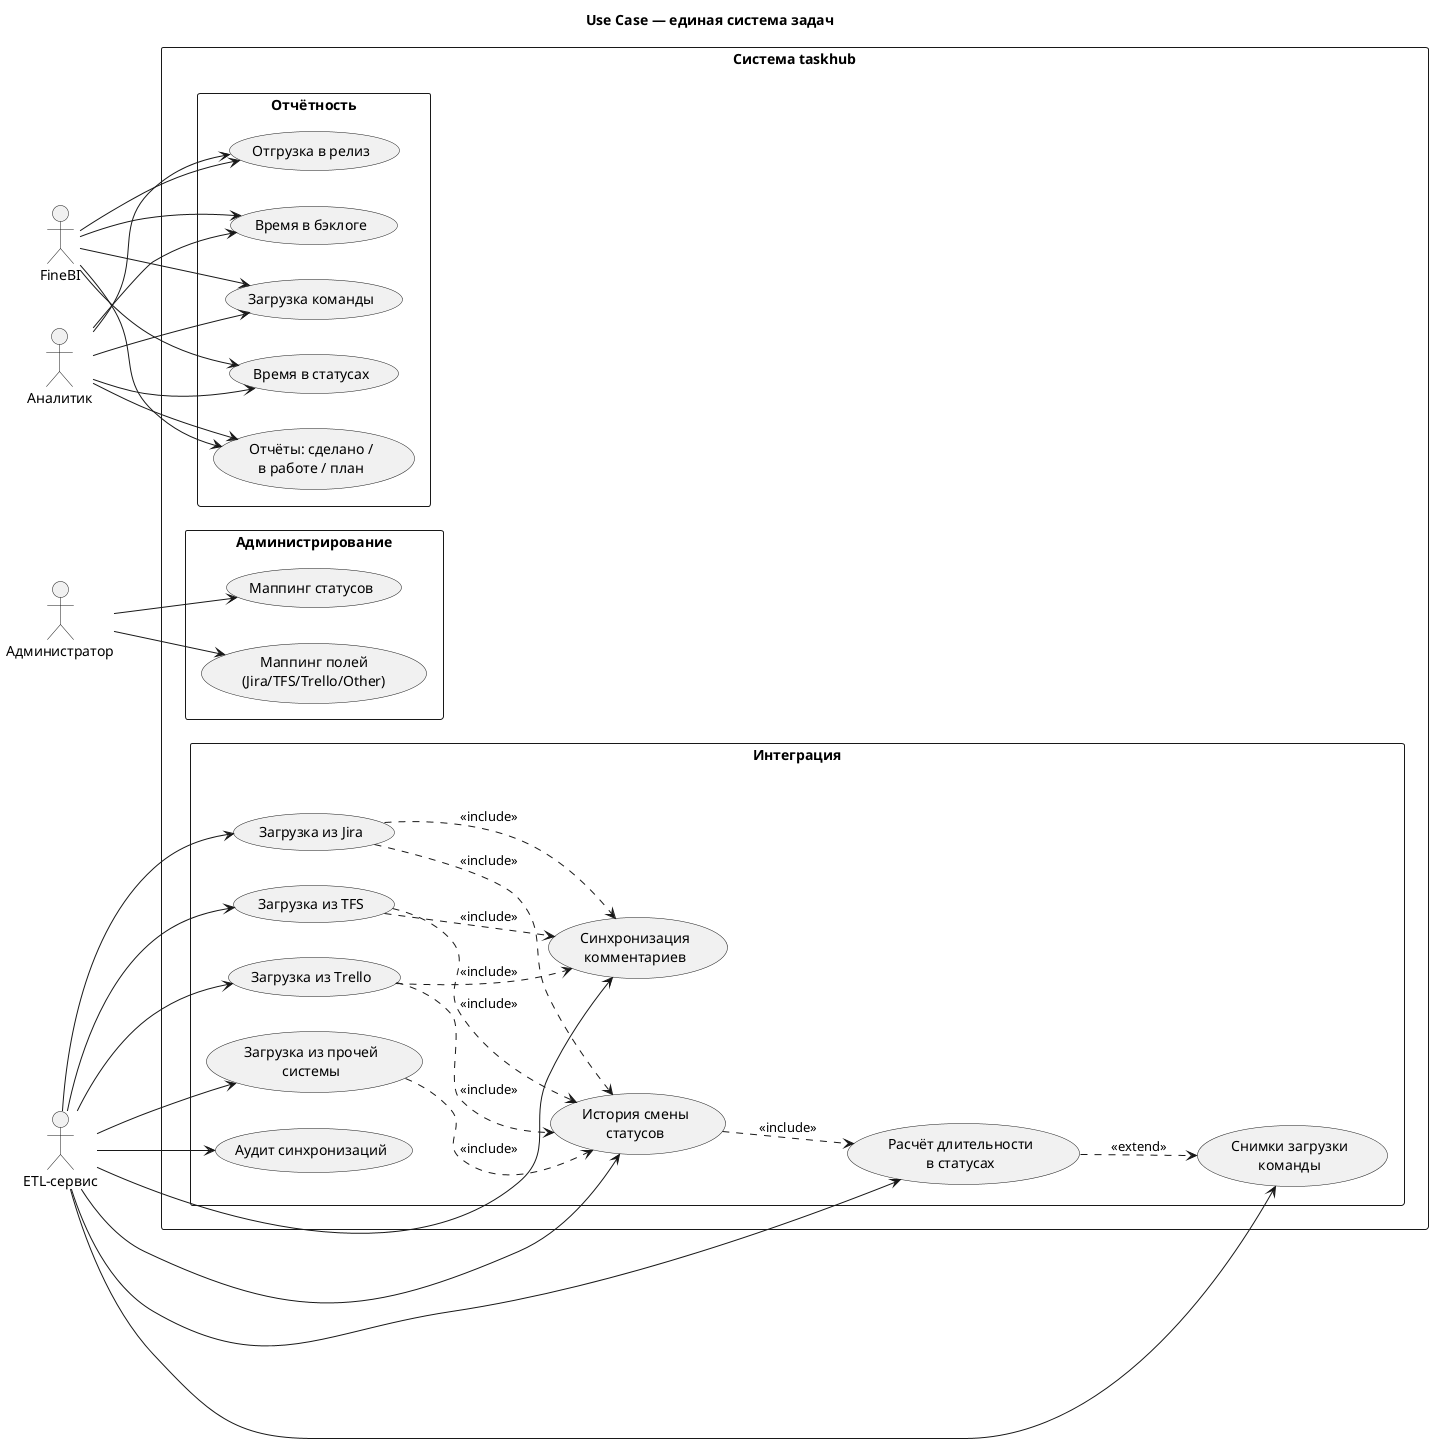
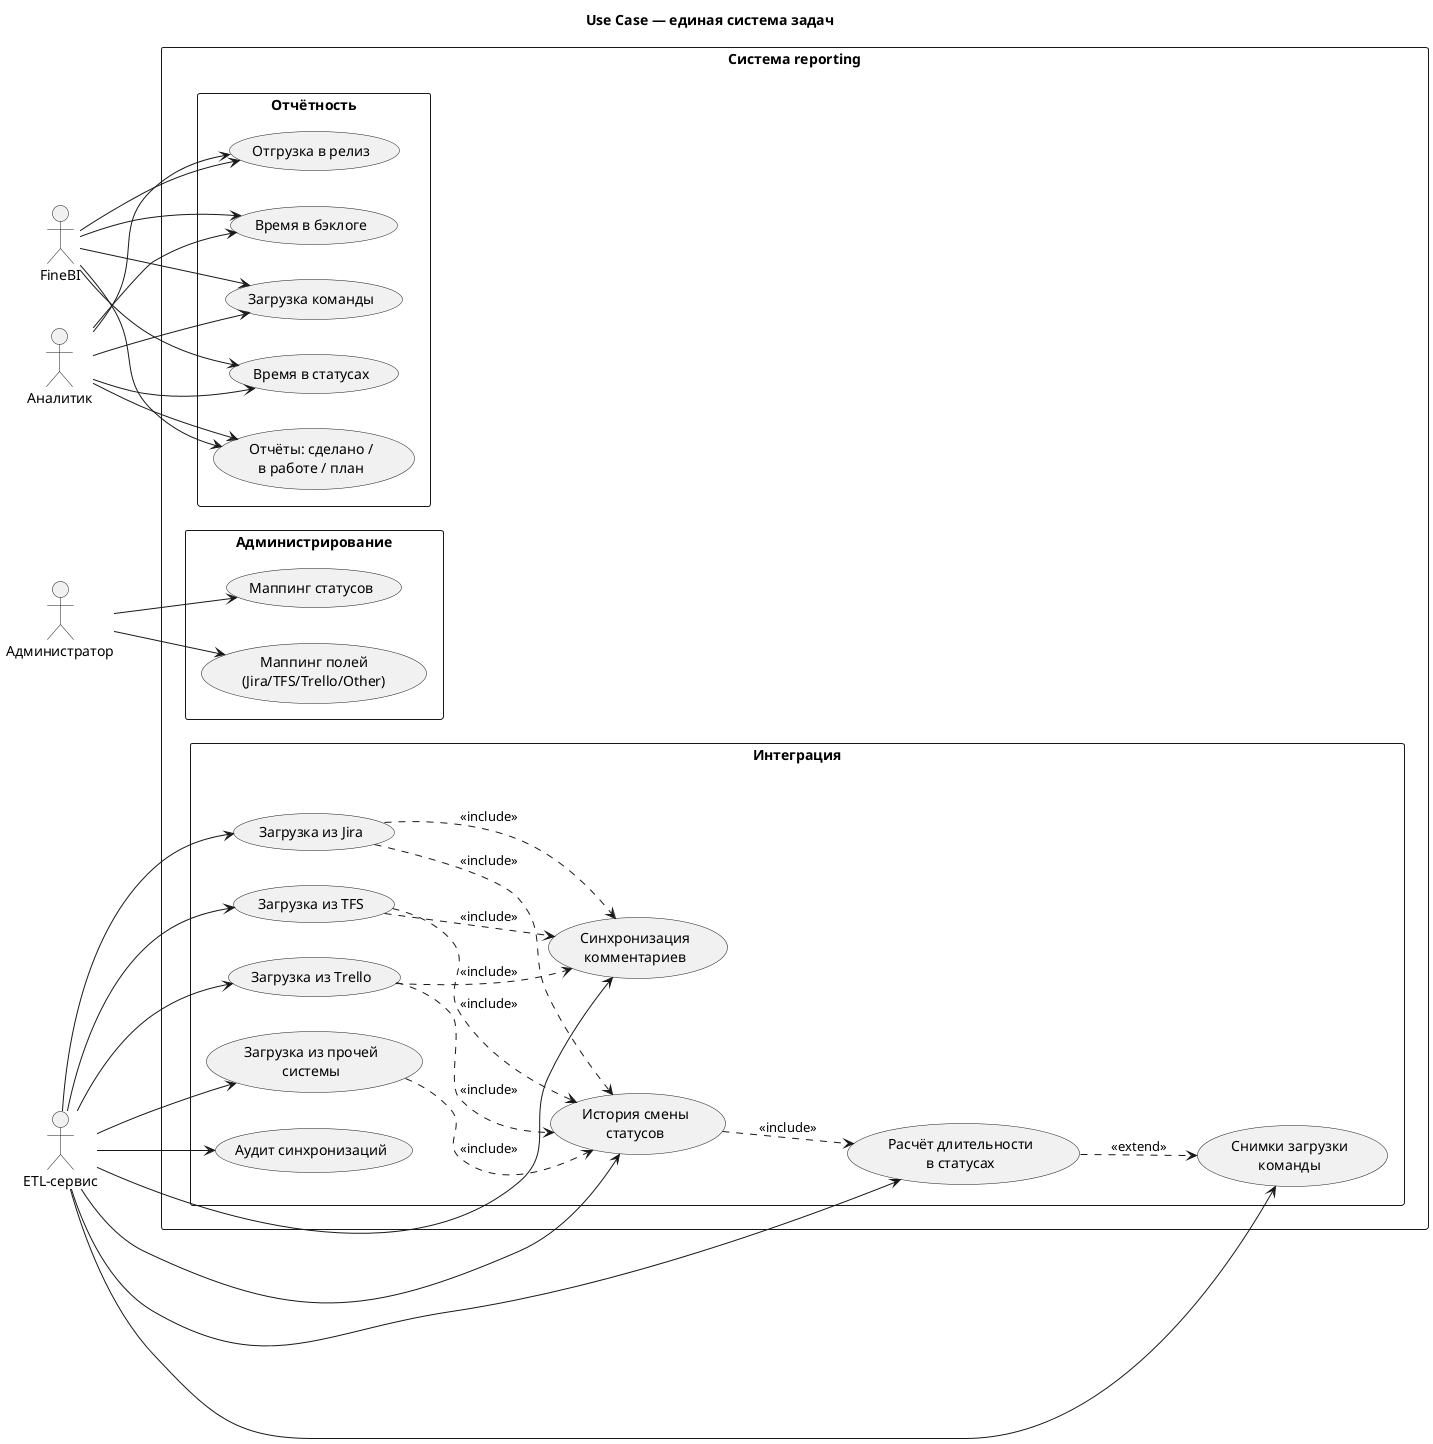
@startuml use-case
left to right direction
skinparam packageStyle rectangle

title Use Case — единая система задач

actor "Аналитик" as analyst
actor "Администратор" as admin
actor "ETL-сервис" as etl
actor "FineBI" as bi

- rectangle "Система taskhub" {
+ rectangle "Система reporting" {

  package "Отчётность" {
    usecase "Отчёты: сделано /\nв работе / план" as UC1
    usecase "Время в статусах" as UC2
    usecase "Время в бэклоге" as UC3
    usecase "Загрузка команды" as UC4
    usecase "Отгрузка в релиз" as UC5
  }

  package "Администрирование" {
    usecase "Маппинг полей\n(Jira/TFS/Trello/Other)" as UC6
    usecase "Маппинг статусов" as UC7
  }

  package "Интеграция" {
    usecase "Загрузка из Jira" as UC8
    usecase "Загрузка из TFS" as UC9
    usecase "Загрузка из Trello" as UC10
    usecase "Загрузка из прочей\nсистемы" as UC11
    usecase "Синхронизация\nкомментариев" as UC12
    usecase "История смены\nстатусов" as UC13
    usecase "Расчёт длительности\nв статусах" as UC14
    usecase "Снимки загрузки\nкоманды" as UC15
    usecase "Аудит синхронизаций" as UC16
  }
}

analyst --> UC1
analyst --> UC2
analyst --> UC3
analyst --> UC4
analyst --> UC5

bi --> UC1
bi --> UC2
bi --> UC3
bi --> UC4
bi --> UC5

admin --> UC6
admin --> UC7

etl --> UC8
etl --> UC9
etl --> UC10
etl --> UC11
etl --> UC12
etl --> UC13
etl --> UC14
etl --> UC15
etl --> UC16

UC8 ..> UC13 : <<include>>
UC9 ..> UC13 : <<include>>
UC10 ..> UC13 : <<include>>
UC11 ..> UC13 : <<include>>

UC8 ..> UC12 : <<include>>
UC9 ..> UC12 : <<include>>
UC10 ..> UC12 : <<include>>

UC13 ..> UC14 : <<include>>
UC14 ..> UC15 : <<extend>>

@enduml
